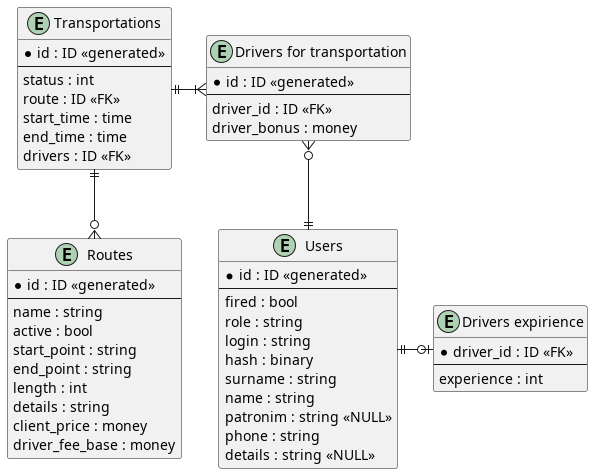
This is er/db.png from gur7en/kp4, a PlantUML export, as it was before one commit.
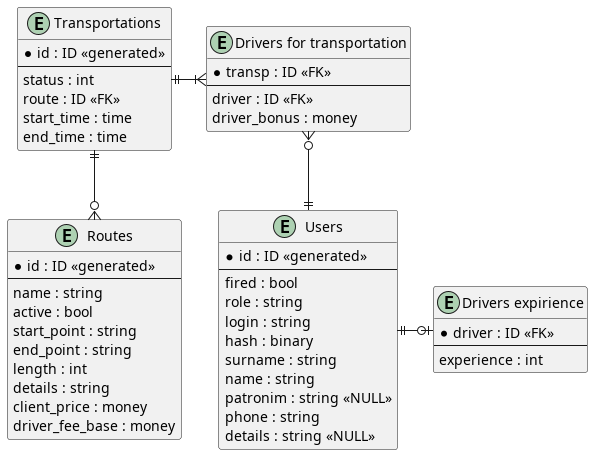
After the commit.

What changed in the source:
```diff
@@ -17,7 +17,7 @@
 }
 
 entity "Drivers expirience" as drv_exp {
-    *driver_id : ID <<FK>>
+    *driver : ID <<FK>>
     --
     experience : int
 }
@@ -42,13 +42,12 @@
     route : ID <<FK>>
     start_time : time
     end_time : time
-    drivers : ID <<FK>>
 }
 
 entity "Drivers for transportation" as drv_transp {
-    *id : ID <<generated>>
+    *transp : ID <<FK>>
     --
-    driver_id : ID <<FK>>
+    driver : ID <<FK>>
     driver_bonus : money
 }
 
```
